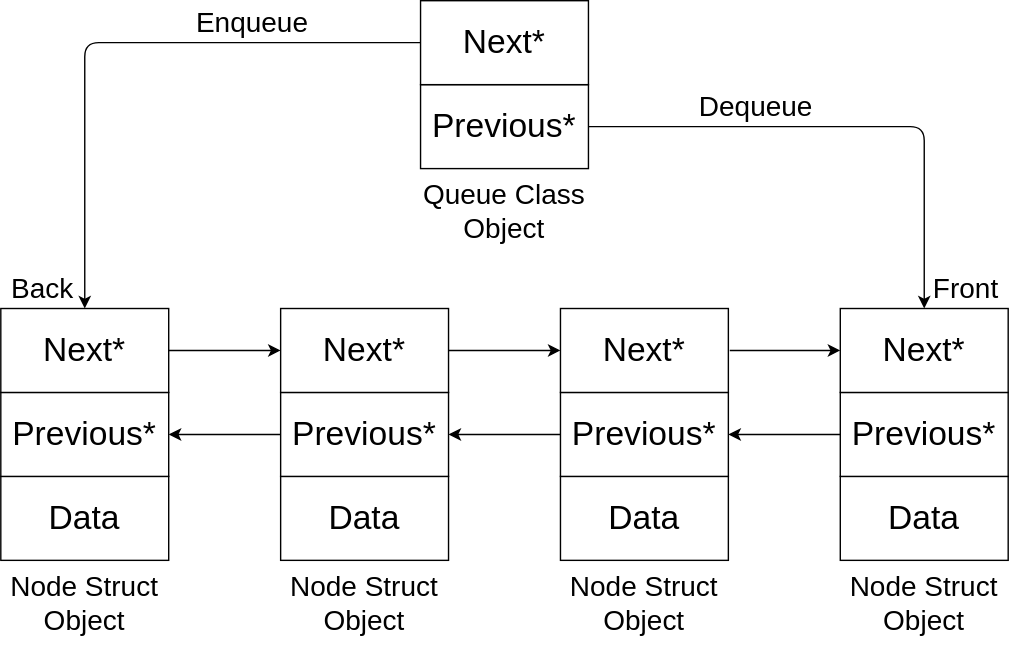
The draw.io diagram Diagrams/Double_Linked_Queue.svg in DominicSieli/Computer-Science, before a commit. Source tidied: cells renumbered, new cells last; positions are measured from the earlier drawing's top-left corner, leaving out a move shared by most shapes. The source it was exported from:
```xml
<mxGraphModel>
  <root>
    <mxCell id="0" />
    <mxCell id="1" parent="0" />
    <mxCell id="2" value="&lt;font style=&quot;font-size: 24px&quot;&gt;Data&lt;/font&gt;" style="rounded=0;whiteSpace=wrap;html=1;" parent="1" vertex="1">
      <mxGeometry y="340" width="120" height="60" as="geometry" />
    </mxCell>
    <mxCell id="3" value="&lt;span style=&quot;font-size: 24px&quot;&gt;Previous*&lt;/span&gt;" style="rounded=0;whiteSpace=wrap;html=1;" parent="1" vertex="1">
      <mxGeometry y="280" width="120" height="60" as="geometry" />
    </mxCell>
    <mxCell id="4" value="&lt;font style=&quot;font-size: 24px&quot;&gt;Next*&lt;/font&gt;" style="rounded=0;whiteSpace=wrap;html=1;" parent="1" vertex="1">
      <mxGeometry y="220" width="120" height="60" as="geometry" />
    </mxCell>
    <mxCell id="5" value="&lt;span style=&quot;font-size: 24px&quot;&gt;Data&lt;/span&gt;" style="rounded=0;whiteSpace=wrap;html=1;" parent="1" vertex="1">
      <mxGeometry x="200" y="340" width="120" height="60" as="geometry" />
    </mxCell>
    <mxCell id="6" value="&lt;span style=&quot;font-size: 24px&quot;&gt;Previous*&lt;/span&gt;" style="rounded=0;whiteSpace=wrap;html=1;" parent="1" vertex="1">
      <mxGeometry x="200" y="280" width="120" height="60" as="geometry" />
    </mxCell>
    <mxCell id="7" value="&lt;span style=&quot;font-size: 24px&quot;&gt;Next*&lt;/span&gt;" style="rounded=0;whiteSpace=wrap;html=1;" parent="1" vertex="1">
      <mxGeometry x="200" y="220" width="120" height="60" as="geometry" />
    </mxCell>
    <mxCell id="8" value="&lt;span style=&quot;font-size: 24px&quot;&gt;Data&lt;/span&gt;" style="rounded=0;whiteSpace=wrap;html=1;" parent="1" vertex="1">
      <mxGeometry x="400" y="340" width="120" height="60" as="geometry" />
    </mxCell>
    <mxCell id="9" value="&lt;span style=&quot;font-size: 24px&quot;&gt;Previous*&lt;/span&gt;" style="rounded=0;whiteSpace=wrap;html=1;" parent="1" vertex="1">
      <mxGeometry x="400" y="280" width="120" height="60" as="geometry" />
    </mxCell>
    <mxCell id="10" value="&lt;span style=&quot;font-size: 24px&quot;&gt;Next*&lt;/span&gt;" style="rounded=0;whiteSpace=wrap;html=1;" parent="1" vertex="1">
      <mxGeometry x="400" y="220" width="120" height="60" as="geometry" />
    </mxCell>
    <mxCell id="11" value="&lt;span style=&quot;font-size: 24px&quot;&gt;Data&lt;/span&gt;" style="rounded=0;whiteSpace=wrap;html=1;" parent="1" vertex="1">
      <mxGeometry x="600" y="340" width="120" height="60" as="geometry" />
    </mxCell>
    <mxCell id="12" value="&lt;span style=&quot;font-size: 24px&quot;&gt;Previous*&lt;/span&gt;" style="rounded=0;whiteSpace=wrap;html=1;" parent="1" vertex="1">
      <mxGeometry x="600" y="280" width="120" height="60" as="geometry" />
    </mxCell>
    <mxCell id="13" value="&lt;span style=&quot;font-size: 24px&quot;&gt;Next*&lt;/span&gt;" style="rounded=0;whiteSpace=wrap;html=1;" parent="1" vertex="1">
      <mxGeometry x="600" y="220" width="120" height="60" as="geometry" />
    </mxCell>
    <mxCell id="14" style="endArrow=classic;html=1;exitX=1;exitY=0.5;exitDx=0;exitDy=0;entryX=0;entryY=0.5;entryDx=0;entryDy=0;" parent="1" edge="1" source="4" target="7">
      <mxGeometry relative="1" as="geometry" />
    </mxCell>
    <mxCell id="15" style="endArrow=classic;html=1;exitX=1;exitY=0.5;exitDx=0;exitDy=0;entryX=0;entryY=0.5;entryDx=0;entryDy=0;" parent="1" edge="1" source="7" target="10">
      <mxGeometry relative="1" as="geometry" />
    </mxCell>
    <mxCell id="16" style="endArrow=classic;html=1;entryX=0;entryY=0.5;entryDx=0;entryDy=0;" parent="1" edge="1" target="13">
      <mxGeometry relative="1" as="geometry">
        <mxPoint x="521" y="250" as="sourcePoint" />
      </mxGeometry>
    </mxCell>
    <mxCell id="17" style="endArrow=classic;html=1;exitX=0;exitY=0.5;exitDx=0;exitDy=0;entryX=1;entryY=0.5;entryDx=0;entryDy=0;" parent="1" edge="1" source="12" target="9">
      <mxGeometry relative="1" as="geometry" />
    </mxCell>
    <mxCell id="18" style="endArrow=classic;html=1;exitX=0;exitY=0.5;exitDx=0;exitDy=0;entryX=1;entryY=0.5;entryDx=0;entryDy=0;" parent="1" edge="1" source="9" target="6">
      <mxGeometry relative="1" as="geometry" />
    </mxCell>
    <mxCell id="19" style="endArrow=classic;html=1;entryX=1;entryY=0.5;entryDx=0;entryDy=0;exitX=0;exitY=0.5;exitDx=0;exitDy=0;" parent="1" edge="1" source="6" target="3">
      <mxGeometry relative="1" as="geometry" />
    </mxCell>
    <mxCell id="20" value="&lt;font style=&quot;font-size: 24px&quot;&gt;Previous*&lt;/font&gt;" style="rounded=0;whiteSpace=wrap;html=1;" parent="1" vertex="1">
      <mxGeometry x="300" y="60" width="120" height="60" as="geometry" />
    </mxCell>
    <mxCell id="21" value="&lt;font style=&quot;font-size: 24px&quot;&gt;Next*&lt;/font&gt;" style="rounded=0;whiteSpace=wrap;html=1;" parent="1" vertex="1">
      <mxGeometry x="300" width="120" height="60" as="geometry" />
    </mxCell>
    <mxCell id="22" style="endArrow=classic;html=1;exitX=0;exitY=0.5;exitDx=0;exitDy=0;entryX=0.5;entryY=0;entryDx=0;entryDy=0;" parent="1" edge="1" source="21" target="4">
      <mxGeometry relative="1" as="geometry">
        <Array as="points">
          <mxPoint x="60" y="30" />
        </Array>
      </mxGeometry>
    </mxCell>
    <mxCell id="23" style="endArrow=classic;html=1;exitX=1;exitY=0.5;exitDx=0;exitDy=0;entryX=0.5;entryY=0;entryDx=0;entryDy=0;" parent="1" edge="1" source="20" target="13">
      <mxGeometry relative="1" as="geometry">
        <Array as="points">
          <mxPoint x="660" y="90" />
        </Array>
      </mxGeometry>
    </mxCell>
    <mxCell id="24" value="&lt;font style=&quot;font-size: 20px&quot;&gt;Queue Class Object&lt;/font&gt;" style="text;html=1;strokeColor=none;fillColor=none;align=center;verticalAlign=middle;whiteSpace=wrap;rounded=0;" parent="1" vertex="1">
      <mxGeometry x="300" y="120" width="120" height="60" as="geometry" />
    </mxCell>
    <mxCell id="25" value="&lt;font style=&quot;font-size: 20px&quot;&gt;Enqueue&lt;/font&gt;" style="text;html=1;strokeColor=none;fillColor=none;align=center;verticalAlign=middle;whiteSpace=wrap;rounded=0;" parent="1" vertex="1">
      <mxGeometry x="140" width="80" height="30" as="geometry" />
    </mxCell>
    <mxCell id="26" value="&lt;font style=&quot;font-size: 20px&quot;&gt;Node Struct Object&lt;/font&gt;" style="text;html=1;strokeColor=none;fillColor=none;align=center;verticalAlign=middle;whiteSpace=wrap;rounded=0;" parent="1" vertex="1">
      <mxGeometry y="400" width="120" height="60" as="geometry" />
    </mxCell>
    <mxCell id="27" value="&lt;font style=&quot;font-size: 20px&quot;&gt;Node Struct Object&lt;/font&gt;" style="text;html=1;strokeColor=none;fillColor=none;align=center;verticalAlign=middle;whiteSpace=wrap;rounded=0;" parent="1" vertex="1">
      <mxGeometry x="200" y="400" width="120" height="60" as="geometry" />
    </mxCell>
    <mxCell id="28" value="&lt;font style=&quot;font-size: 20px&quot;&gt;Node Struct Object&lt;/font&gt;" style="text;html=1;strokeColor=none;fillColor=none;align=center;verticalAlign=middle;whiteSpace=wrap;rounded=0;" parent="1" vertex="1">
      <mxGeometry x="400" y="400" width="120" height="60" as="geometry" />
    </mxCell>
    <mxCell id="29" value="&lt;font style=&quot;font-size: 20px&quot;&gt;Node Struct Object&lt;/font&gt;" style="text;html=1;strokeColor=none;fillColor=none;align=center;verticalAlign=middle;whiteSpace=wrap;rounded=0;" parent="1" vertex="1">
      <mxGeometry x="600" y="400" width="120" height="60" as="geometry" />
    </mxCell>
    <mxCell id="30" value="&lt;font style=&quot;font-size: 20px&quot;&gt;Dequeue&lt;/font&gt;" style="text;html=1;strokeColor=none;fillColor=none;align=center;verticalAlign=middle;whiteSpace=wrap;rounded=0;" parent="1" vertex="1">
      <mxGeometry x="500" y="60" width="80" height="30" as="geometry" />
    </mxCell>
    <mxCell id="31" value="&lt;font style=&quot;font-size: 20px&quot;&gt;Back&lt;/font&gt;" style="text;html=1;strokeColor=none;fillColor=none;align=center;verticalAlign=middle;whiteSpace=wrap;rounded=0;" parent="1" vertex="1">
      <mxGeometry y="190" width="60" height="30" as="geometry" />
    </mxCell>
    <mxCell id="32" value="&lt;font style=&quot;font-size: 20px&quot;&gt;Front&lt;/font&gt;" style="text;html=1;strokeColor=none;fillColor=none;align=center;verticalAlign=middle;whiteSpace=wrap;rounded=0;" parent="1" vertex="1">
      <mxGeometry x="660" y="190" width="60" height="30" as="geometry" />
    </mxCell>
  </root>
</mxGraphModel>
```
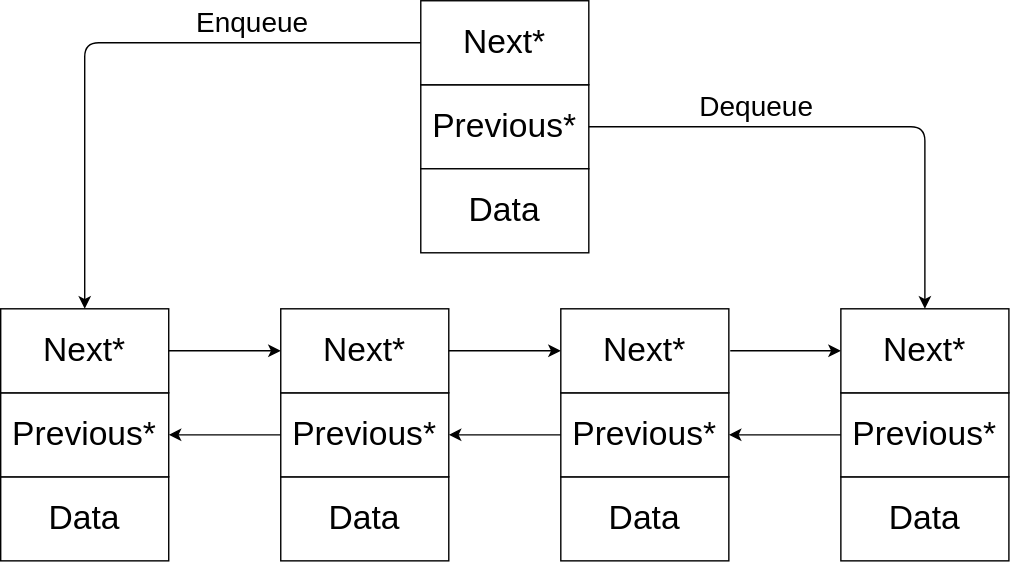
After the change.

The edit, as a diff of the source:
```diff
@@ -78,32 +78,14 @@
         </Array>
       </mxGeometry>
     </mxCell>
-    <mxCell id="24" value="&lt;font style=&quot;font-size: 20px&quot;&gt;Queue Class Object&lt;/font&gt;" style="text;html=1;strokeColor=none;fillColor=none;align=center;verticalAlign=middle;whiteSpace=wrap;rounded=0;" parent="1" vertex="1">
-      <mxGeometry x="300" y="120" width="120" height="60" as="geometry" />
-    </mxCell>
     <mxCell id="25" value="&lt;font style=&quot;font-size: 20px&quot;&gt;Enqueue&lt;/font&gt;" style="text;html=1;strokeColor=none;fillColor=none;align=center;verticalAlign=middle;whiteSpace=wrap;rounded=0;" parent="1" vertex="1">
       <mxGeometry x="140" width="80" height="30" as="geometry" />
     </mxCell>
-    <mxCell id="26" value="&lt;font style=&quot;font-size: 20px&quot;&gt;Node Struct Object&lt;/font&gt;" style="text;html=1;strokeColor=none;fillColor=none;align=center;verticalAlign=middle;whiteSpace=wrap;rounded=0;" parent="1" vertex="1">
-      <mxGeometry y="400" width="120" height="60" as="geometry" />
-    </mxCell>
-    <mxCell id="27" value="&lt;font style=&quot;font-size: 20px&quot;&gt;Node Struct Object&lt;/font&gt;" style="text;html=1;strokeColor=none;fillColor=none;align=center;verticalAlign=middle;whiteSpace=wrap;rounded=0;" parent="1" vertex="1">
-      <mxGeometry x="200" y="400" width="120" height="60" as="geometry" />
-    </mxCell>
-    <mxCell id="28" value="&lt;font style=&quot;font-size: 20px&quot;&gt;Node Struct Object&lt;/font&gt;" style="text;html=1;strokeColor=none;fillColor=none;align=center;verticalAlign=middle;whiteSpace=wrap;rounded=0;" parent="1" vertex="1">
-      <mxGeometry x="400" y="400" width="120" height="60" as="geometry" />
-    </mxCell>
-    <mxCell id="29" value="&lt;font style=&quot;font-size: 20px&quot;&gt;Node Struct Object&lt;/font&gt;" style="text;html=1;strokeColor=none;fillColor=none;align=center;verticalAlign=middle;whiteSpace=wrap;rounded=0;" parent="1" vertex="1">
-      <mxGeometry x="600" y="400" width="120" height="60" as="geometry" />
-    </mxCell>
     <mxCell id="30" value="&lt;font style=&quot;font-size: 20px&quot;&gt;Dequeue&lt;/font&gt;" style="text;html=1;strokeColor=none;fillColor=none;align=center;verticalAlign=middle;whiteSpace=wrap;rounded=0;" parent="1" vertex="1">
       <mxGeometry x="500" y="60" width="80" height="30" as="geometry" />
     </mxCell>
-    <mxCell id="31" value="&lt;font style=&quot;font-size: 20px&quot;&gt;Back&lt;/font&gt;" style="text;html=1;strokeColor=none;fillColor=none;align=center;verticalAlign=middle;whiteSpace=wrap;rounded=0;" parent="1" vertex="1">
-      <mxGeometry y="190" width="60" height="30" as="geometry" />
-    </mxCell>
-    <mxCell id="32" value="&lt;font style=&quot;font-size: 20px&quot;&gt;Front&lt;/font&gt;" style="text;html=1;strokeColor=none;fillColor=none;align=center;verticalAlign=middle;whiteSpace=wrap;rounded=0;" parent="1" vertex="1">
-      <mxGeometry x="660" y="190" width="60" height="30" as="geometry" />
-    </mxCell>
+    <mxCell id="33" value="&lt;span style=&quot;font-size: 24px&quot;&gt;Data&lt;/span&gt;" style="rounded=0;whiteSpace=wrap;html=1;" parent="1" vertex="1">
+      <mxGeometry x="300" y="120" width="120" height="60" as="geometry" />
+    </mxCell>
   </root>
 </mxGraphModel>
```
